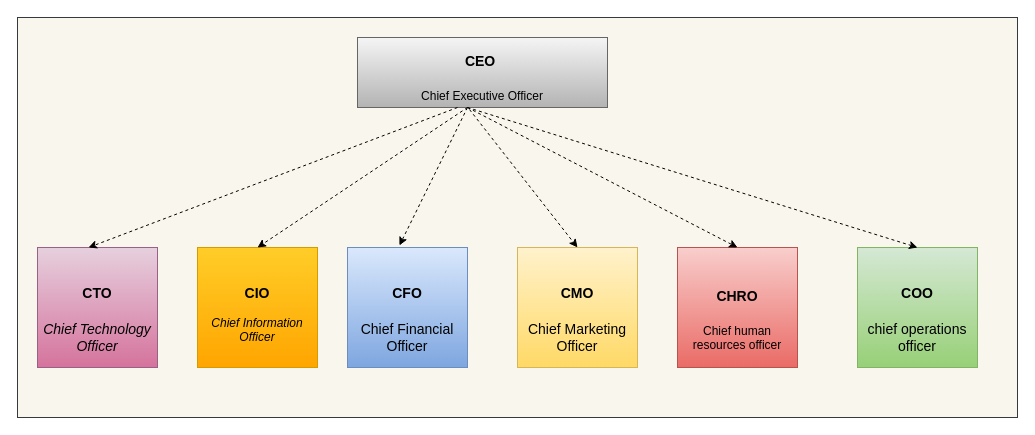
This is page "Manager" (3 of 3) of 04_docs/Department_Organizational_chart.drawio from letrthong/business, a draw.io file, before an edit. Source tidied: cells renumbered, new cells numbered last; positions are measured from the earlier drawing's top-left corner, leaving out a move shared by most shapes. Both pictures are drawn from the tidied source at 100%, with x=0, y=0 at pixel (17, 17).
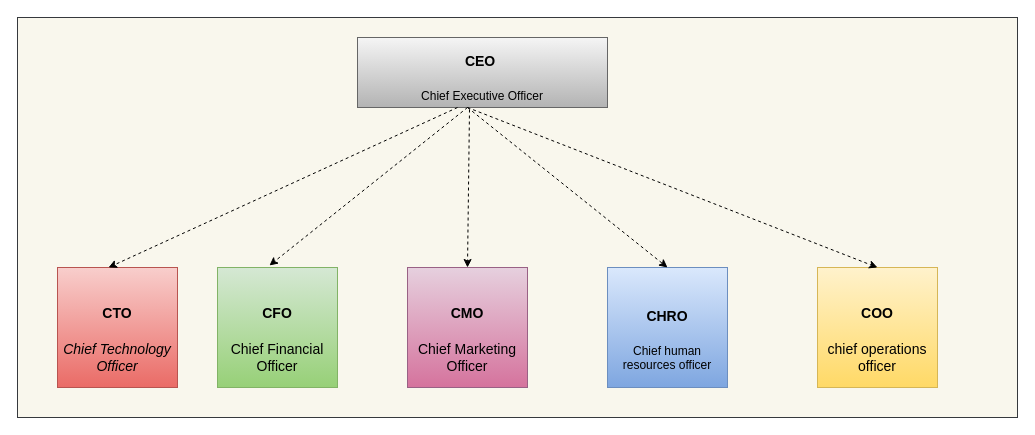
Above is the later version.

The edit, as a diff of the source:
```diff
@@
 <mxGraphModel>
   <root>
     <mxCell id="0" />
     <mxCell id="1" parent="0" />
     <mxCell id="2" style="rounded=0;whiteSpace=wrap;html=1;fillColor=#f9f7ed;strokeColor=#36393d;" parent="1" vertex="1">
       <mxGeometry width="1000" height="400" as="geometry" />
     </mxCell>
     <mxCell id="3" value="&lt;h1 class=&quot;posttitle&quot;&gt;&lt;font style=&quot;font-size: 14px&quot;&gt;CEO&amp;nbsp;&lt;/font&gt;&lt;/h1&gt;Chief Executive Officer&lt;br&gt;&lt;br&gt;" style="rounded=0;whiteSpace=wrap;html=1;gradientColor=#b3b3b3;fillColor=#f5f5f5;strokeColor=#666666;" parent="1" vertex="1">
       <mxGeometry x="340" y="20" width="250" height="70" as="geometry" />
     </mxCell>
-    <mxCell id="4" value="&lt;h1 class=&quot;posttitle&quot;&gt;&lt;font style=&quot;font-size: 14px&quot;&gt;CTO&lt;/font&gt;&lt;/h1&gt;&lt;div&gt;&lt;font style=&quot;font-size: 14px&quot;&gt;&lt;em&gt;Chief Technology Officer&lt;/em&gt;&lt;br&gt;&lt;/font&gt;&lt;/div&gt;" style="rounded=0;whiteSpace=wrap;html=1;gradientColor=#d5739d;fillColor=#e6d0de;strokeColor=#996185;" parent="1" vertex="1">
-      <mxGeometry x="20" y="230" width="120" height="120" as="geometry" />
+    <mxCell id="4" value="&lt;h1 class=&quot;posttitle&quot;&gt;&lt;font style=&quot;font-size: 14px&quot;&gt;CTO&lt;/font&gt;&lt;/h1&gt;&lt;div&gt;&lt;font style=&quot;font-size: 14px&quot;&gt;&lt;em&gt;Chief Technology Officer&lt;/em&gt;&lt;br&gt;&lt;/font&gt;&lt;/div&gt;" style="rounded=0;whiteSpace=wrap;html=1;gradientColor=#ea6b66;fillColor=#f8cecc;strokeColor=#b85450;" parent="1" vertex="1">
+      <mxGeometry x="40" y="250" width="120" height="120" as="geometry" />
     </mxCell>
-    <mxCell id="5" value="&lt;h3&gt;CIO&lt;/h3&gt;&lt;div&gt;&lt;em&gt;Chief Information Officer&lt;/em&gt;&lt;br&gt;&lt;/div&gt;" style="rounded=0;whiteSpace=wrap;html=1;gradientColor=#ffa500;fillColor=#ffcd28;strokeColor=#d79b00;" parent="1" vertex="1">
-      <mxGeometry x="180" y="230" width="120" height="120" as="geometry" />
-    </mxCell>
-    <mxCell id="6" value="&lt;h1 class=&quot;posttitle&quot;&gt;&lt;font style=&quot;font-size: 14px&quot;&gt;CFO&lt;/font&gt;&lt;/h1&gt;&lt;div&gt;&lt;font&gt;&lt;span style=&quot;font-size: 14px&quot;&gt;Chief Financial Officer&lt;/span&gt;&lt;br&gt;&lt;/font&gt;&lt;/div&gt;" style="rounded=0;whiteSpace=wrap;html=1;gradientColor=#7ea6e0;fillColor=#dae8fc;strokeColor=#6c8ebf;" parent="1" vertex="1">
-      <mxGeometry x="330" y="230" width="120" height="120" as="geometry" />
+    <mxCell id="6" value="&lt;h1 class=&quot;posttitle&quot;&gt;&lt;font style=&quot;font-size: 14px&quot;&gt;CFO&lt;/font&gt;&lt;/h1&gt;&lt;div&gt;&lt;font&gt;&lt;span style=&quot;font-size: 14px&quot;&gt;Chief Financial Officer&lt;/span&gt;&lt;br&gt;&lt;/font&gt;&lt;/div&gt;" style="rounded=0;whiteSpace=wrap;html=1;gradientColor=#97d077;fillColor=#d5e8d4;strokeColor=#82b366;" parent="1" vertex="1">
+      <mxGeometry x="200" y="250" width="120" height="120" as="geometry" />
     </mxCell>
-    <mxCell id="7" value="&lt;h1 class=&quot;posttitle&quot;&gt;&lt;font style=&quot;font-size: 14px&quot;&gt;COO&lt;/font&gt;&lt;/h1&gt;&lt;div&gt;&lt;font&gt;&lt;span style=&quot;font-size: 14px&quot;&gt;chief operations officer&lt;/span&gt;&lt;br&gt;&lt;/font&gt;&lt;/div&gt;" style="rounded=0;whiteSpace=wrap;html=1;gradientColor=#97d077;fillColor=#d5e8d4;strokeColor=#82b366;" parent="1" vertex="1">
-      <mxGeometry x="840" y="230" width="120" height="120" as="geometry" />
+    <mxCell id="7" value="&lt;h1 class=&quot;posttitle&quot;&gt;&lt;font style=&quot;font-size: 14px&quot;&gt;COO&lt;/font&gt;&lt;/h1&gt;&lt;div&gt;&lt;font&gt;&lt;span style=&quot;font-size: 14px&quot;&gt;chief operations officer&lt;/span&gt;&lt;br&gt;&lt;/font&gt;&lt;/div&gt;" style="rounded=0;whiteSpace=wrap;html=1;gradientColor=#ffd966;fillColor=#fff2cc;strokeColor=#d6b656;" parent="1" vertex="1">
+      <mxGeometry x="800" y="250" width="120" height="120" as="geometry" />
     </mxCell>
-    <mxCell id="8" value="&lt;h1 class=&quot;posttitle&quot;&gt;&lt;font style=&quot;font-size: 14px&quot;&gt;CMO&lt;/font&gt;&lt;/h1&gt;&lt;div&gt;&lt;font&gt;&lt;span style=&quot;font-size: 14px&quot;&gt;Chief Marketing Officer&lt;/span&gt;&lt;br&gt;&lt;/font&gt;&lt;/div&gt;" style="rounded=0;whiteSpace=wrap;html=1;gradientColor=#ffd966;fillColor=#fff2cc;strokeColor=#d6b656;" parent="1" vertex="1">
-      <mxGeometry x="500" y="230" width="120" height="120" as="geometry" />
+    <mxCell id="8" value="&lt;h1 class=&quot;posttitle&quot;&gt;&lt;font style=&quot;font-size: 14px&quot;&gt;CMO&lt;/font&gt;&lt;/h1&gt;&lt;div&gt;&lt;font&gt;&lt;span style=&quot;font-size: 14px&quot;&gt;Chief Marketing Officer&lt;/span&gt;&lt;br&gt;&lt;/font&gt;&lt;/div&gt;" style="rounded=0;whiteSpace=wrap;html=1;gradientColor=#d5739d;fillColor=#e6d0de;strokeColor=#996185;" parent="1" vertex="1">
+      <mxGeometry x="390" y="250" width="120" height="120" as="geometry" />
     </mxCell>
     <mxCell id="9" style="endArrow=classic;html=1;dashed=1;entryX=0.425;entryY=0;entryDx=0;entryDy=0;entryPerimeter=0;" parent="1" edge="1" target="4">
       <mxGeometry relative="1" as="geometry">
         <mxPoint x="440" y="90" as="sourcePoint" />
       </mxGeometry>
     </mxCell>
     <mxCell id="10" style="endArrow=classic;html=1;dashed=1;entryX=0.433;entryY=-0.017;entryDx=0;entryDy=0;entryPerimeter=0;" parent="1" edge="1" target="6">
       <mxGeometry relative="1" as="geometry">
         <mxPoint x="450" y="90" as="sourcePoint" />
       </mxGeometry>
     </mxCell>
     <mxCell id="11" style="endArrow=classic;html=1;dashed=1;entryX=0.5;entryY=0;entryDx=0;entryDy=0;" parent="1" edge="1" target="7">
       <mxGeometry relative="1" as="geometry">
         <mxPoint x="450" y="90" as="sourcePoint" />
       </mxGeometry>
     </mxCell>
-    <mxCell id="12" style="endArrow=classic;html=1;dashed=1;entryX=0.5;entryY=0;entryDx=0;entryDy=0;" parent="1" edge="1" target="5">
-      <mxGeometry relative="1" as="geometry">
-        <mxPoint x="450" y="90" as="sourcePoint" />
-      </mxGeometry>
-    </mxCell>
     <mxCell id="13" style="endArrow=classic;html=1;dashed=1;entryX=0.5;entryY=0;entryDx=0;entryDy=0;exitX=0.448;exitY=1.029;exitDx=0;exitDy=0;exitPerimeter=0;" parent="1" edge="1" source="3" target="8">
       <mxGeometry relative="1" as="geometry" />
     </mxCell>
-    <mxCell id="14" value="&lt;h1 class=&quot;posttitle&quot;&gt;&lt;font style=&quot;font-size: 14px&quot;&gt;CHRO&lt;/font&gt;&lt;/h1&gt;&lt;div&gt;&lt;font&gt;&lt;span class=&quot;ILfuVd&quot;&gt;&lt;span class=&quot;hgKElc&quot;&gt;Chief human resources officer&lt;/span&gt;&lt;/span&gt;&lt;br&gt;&lt;/font&gt;&lt;/div&gt;" style="rounded=0;whiteSpace=wrap;html=1;gradientColor=#ea6b66;fillColor=#f8cecc;strokeColor=#b85450;" parent="1" vertex="1">
-      <mxGeometry x="660" y="230" width="120" height="120" as="geometry" />
+    <mxCell id="14" value="&lt;h1 class=&quot;posttitle&quot;&gt;&lt;font style=&quot;font-size: 14px&quot;&gt;CHRO&lt;/font&gt;&lt;/h1&gt;&lt;div&gt;&lt;font&gt;&lt;span class=&quot;ILfuVd&quot;&gt;&lt;span class=&quot;hgKElc&quot;&gt;Chief human resources officer&lt;/span&gt;&lt;/span&gt;&lt;br&gt;&lt;/font&gt;&lt;/div&gt;" style="rounded=0;whiteSpace=wrap;html=1;gradientColor=#7ea6e0;fillColor=#dae8fc;strokeColor=#6c8ebf;" parent="1" vertex="1">
+      <mxGeometry x="590" y="250" width="120" height="120" as="geometry" />
     </mxCell>
     <mxCell id="15" style="endArrow=classic;html=1;dashed=1;entryX=0.5;entryY=0;entryDx=0;entryDy=0;" parent="1" edge="1" target="14">
       <mxGeometry relative="1" as="geometry">
         <mxPoint x="450" y="90" as="sourcePoint" />
       </mxGeometry>
     </mxCell>
   </root>
 </mxGraphModel>
```
